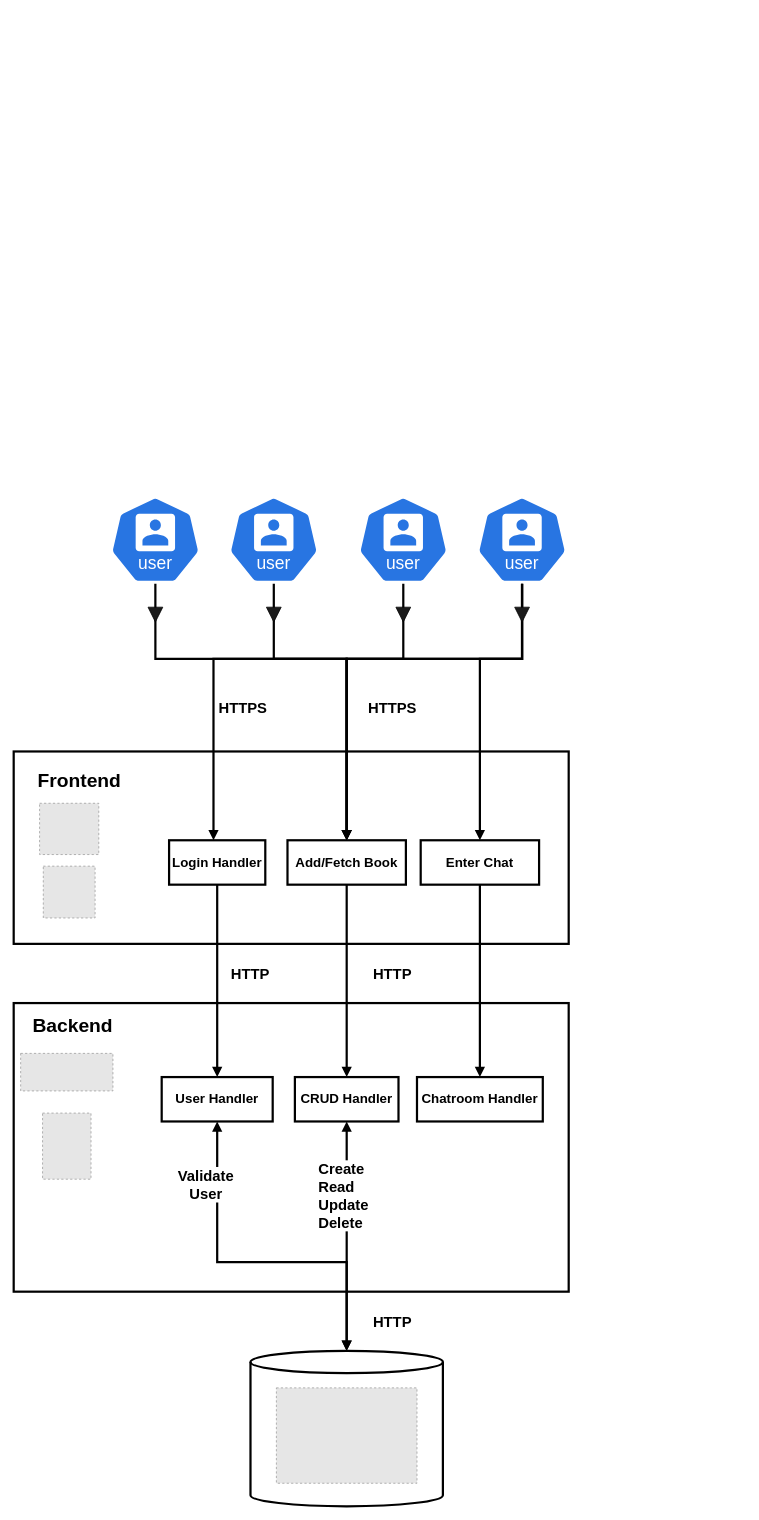
Carnoustie/theinfinitelibrary keeps this draw.io diagram as docs/HighLevel_Architecture.drawio. Above is the earlier version. Source tidied: cells renumbered, new cells numbered last; positions are measured from the earlier drawing's top-left corner, leaving out a move shared by most shapes. Both pictures are drawn from the tidied source at 74%, with x=0, y=0 at pixel (13, 496). Pictures stored in the file or linked from it are replaced by grey dashed boxes.
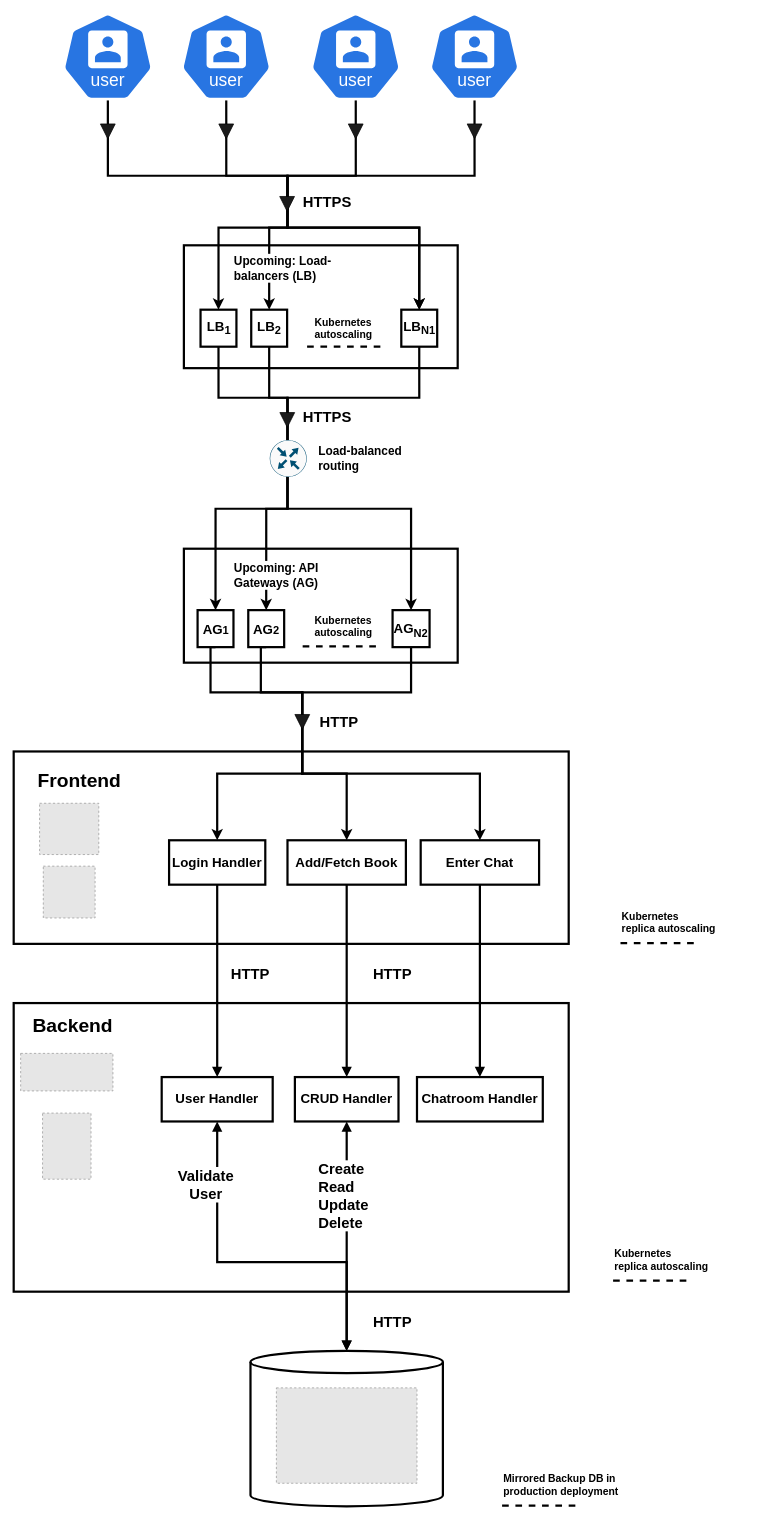
The same diagram, later.

Commit message (it also covers changes not shown here):
load balancer addition in architecture diagram

The change refers to these unchanged cells:
```xml
<mxCell id="31" value="Login Handler" style="rounded=0;whiteSpace=wrap;html=1;strokeWidth=3;fontStyle=1;fontSize=18;" parent="1" vertex="1">
  <mxGeometry x="210" y="465" width="130" height="60" as="geometry" />
</mxCell>
<mxCell id="33" value="Add/Fetch Book" style="rounded=0;whiteSpace=wrap;html=1;strokeWidth=3;fontStyle=1;fontSize=18;" parent="1" vertex="1">
  <mxGeometry x="370" y="465" width="160" height="60" as="geometry" />
</mxCell>
<mxCell id="35" value="Enter Chat" style="rounded=0;whiteSpace=wrap;html=1;strokeWidth=3;fontStyle=1;fontSize=18;" parent="1" vertex="1">
  <mxGeometry x="550" y="465" width="160" height="60" as="geometry" />
</mxCell>
```

The edit, as a diff of the source:
```diff
@@
+    <mxCell id="44" style="rounded=0;whiteSpace=wrap;html=1;strokeWidth=3;" parent="1" vertex="1">
+      <mxGeometry x="230" y="-339" width="370" height="166" as="geometry" />
+    </mxCell>
@@
-    <mxCell id="11" style="edgeStyle=orthogonalEdgeStyle;shape=connector;rounded=0;jettySize=auto;html=1;entryX=0.5;entryY=0;entryDx=0;entryDy=0;strokeColor=default;strokeWidth=3;align=center;verticalAlign=middle;fontFamily=Helvetica;fontSize=11;fontColor=default;labelBackgroundColor=default;endArrow=block;endFill=1;exitX=0.5;exitY=1;exitDx=0;exitDy=0;exitPerimeter=0;" parent="1" edge="1" source="12" target="33">
-      <mxGeometry relative="1" as="geometry">
-        <Array as="points">
-          <mxPoint x="192" y="220" />
-          <mxPoint x="450" y="220" />
-        </Array>
-      </mxGeometry>
-    </mxCell>
+    <mxCell id="45" style="edgeStyle=orthogonalEdgeStyle;rounded=0;jettySize=auto;html=1;entryX=0.5;entryY=0;entryDx=0;entryDy=0;exitX=0.5;exitY=1;exitDx=0;exitDy=0;exitPerimeter=0;strokeWidth=3;" parent="1" edge="1" source="12" target="52">
+      <mxGeometry relative="1" as="geometry">
+        <Array as="points">
+          <mxPoint x="127" y="-433" />
+          <mxPoint x="370" y="-433" />
+          <mxPoint x="370" y="-363" />
+          <mxPoint x="548" y="-363" />
+        </Array>
+      </mxGeometry>
+    </mxCell>
     <mxCell id="12" style="sketch=0;html=1;dashed=0;whitespace=wrap;verticalLabelPosition=bottom;verticalAlign=top;fillColor=#2875E2;strokeColor=#ffffff;points=[[0.005,0.63,0],[0.1,0.2,0],[0.9,0.2,0],[0.5,0,0],[0.995,0.63,0],[0.72,0.99,0],[0.5,1,0],[0.28,0.99,0]];shape=mxgraph.kubernetes.icon2;kubernetesLabel=1;prIcon=user;" parent="1" vertex="1">
-      <mxGeometry x="130" width="122.9" height="118" as="geometry" />
+      <mxGeometry x="65.8" y="-653" width="122.9" height="118" as="geometry" />
     </mxCell>
-    <mxCell id="13" style="edgeStyle=orthogonalEdgeStyle;shape=connector;rounded=0;jettySize=auto;html=1;strokeColor=default;strokeWidth=3;align=center;verticalAlign=middle;fontFamily=Helvetica;fontSize=11;fontColor=default;labelBackgroundColor=default;endArrow=block;endFill=1;" parent="1" edge="1" source="14" target="33">
-      <mxGeometry relative="1" as="geometry">
-        <Array as="points">
-          <mxPoint x="352" y="220" />
-          <mxPoint x="450" y="220" />
-        </Array>
-      </mxGeometry>
-    </mxCell>
+    <mxCell id="46" style="edgeStyle=orthogonalEdgeStyle;rounded=0;jettySize=auto;html=1;entryX=0.5;entryY=0;entryDx=0;entryDy=0;exitX=0.5;exitY=1;exitDx=0;exitDy=0;exitPerimeter=0;strokeWidth=3;" parent="1" edge="1" source="14" target="52">
+      <mxGeometry relative="1" as="geometry">
+        <Array as="points">
+          <mxPoint x="287" y="-433" />
+          <mxPoint x="370" y="-433" />
+          <mxPoint x="370" y="-363" />
+          <mxPoint x="548" y="-363" />
+        </Array>
+      </mxGeometry>
+    </mxCell>
     <mxCell id="14" style="sketch=0;html=1;dashed=0;whitespace=wrap;verticalLabelPosition=bottom;verticalAlign=top;fillColor=#2875E2;strokeColor=#ffffff;points=[[0.005,0.63,0],[0.1,0.2,0],[0.9,0.2,0],[0.5,0,0],[0.995,0.63,0],[0.72,0.99,0],[0.5,1,0],[0.28,0.99,0]];shape=mxgraph.kubernetes.icon2;kubernetesLabel=1;prIcon=user;" parent="1" vertex="1">
-      <mxGeometry x="290" width="122.9" height="118" as="geometry" />
+      <mxGeometry x="225.8" y="-653" width="122.9" height="118" as="geometry" />
     </mxCell>
-    <mxCell id="15" style="edgeStyle=orthogonalEdgeStyle;shape=connector;rounded=0;jettySize=auto;html=1;entryX=0.5;entryY=0;entryDx=0;entryDy=0;strokeColor=default;strokeWidth=3;align=center;verticalAlign=middle;fontFamily=Helvetica;fontSize=11;fontColor=default;labelBackgroundColor=default;endArrow=block;endFill=1;" parent="1" edge="1" source="16" target="33">
-      <mxGeometry relative="1" as="geometry">
-        <Array as="points">
-          <mxPoint x="527" y="220" />
-          <mxPoint x="450" y="220" />
-        </Array>
-      </mxGeometry>
-    </mxCell>
+    <mxCell id="47" style="edgeStyle=orthogonalEdgeStyle;rounded=0;jettySize=auto;html=1;entryX=0.5;entryY=0;entryDx=0;entryDy=0;exitX=0.5;exitY=1;exitDx=0;exitDy=0;exitPerimeter=0;strokeWidth=3;" parent="1" edge="1" source="16" target="49">
+      <mxGeometry relative="1" as="geometry">
+        <Array as="points">
+          <mxPoint x="462" y="-433" />
+          <mxPoint x="370" y="-433" />
+          <mxPoint x="370" y="-363" />
+          <mxPoint x="277" y="-363" />
+        </Array>
+      </mxGeometry>
+    </mxCell>
     <mxCell id="16" style="sketch=0;html=1;dashed=0;whitespace=wrap;verticalLabelPosition=bottom;verticalAlign=top;fillColor=#2875E2;strokeColor=#ffffff;points=[[0.005,0.63,0],[0.1,0.2,0],[0.9,0.2,0],[0.5,0,0],[0.995,0.63,0],[0.72,0.99,0],[0.5,1,0],[0.28,0.99,0]];shape=mxgraph.kubernetes.icon2;kubernetesLabel=1;prIcon=user;" parent="1" vertex="1">
-      <mxGeometry x="465" width="122.9" height="118" as="geometry" />
+      <mxGeometry x="400.8" y="-653" width="122.9" height="118" as="geometry" />
     </mxCell>
-    <mxCell id="17" style="edgeStyle=orthogonalEdgeStyle;shape=connector;rounded=0;jettySize=auto;html=1;strokeColor=default;strokeWidth=3;align=center;verticalAlign=middle;fontFamily=Helvetica;fontSize=11;fontColor=default;labelBackgroundColor=default;endArrow=block;endFill=1;miterlimit=5;" parent="1" edge="1" source="20" target="31">
-      <mxGeometry relative="1" as="geometry">
-        <Array as="points">
-          <mxPoint x="687" y="220" />
-          <mxPoint x="270" y="220" />
-        </Array>
-      </mxGeometry>
-    </mxCell>
-    <mxCell id="18" style="edgeStyle=orthogonalEdgeStyle;shape=connector;rounded=0;jettySize=auto;html=1;entryX=0.5;entryY=0;entryDx=0;entryDy=0;strokeColor=default;strokeWidth=3;align=center;verticalAlign=middle;fontFamily=Helvetica;fontSize=11;fontColor=default;labelBackgroundColor=default;endArrow=block;endFill=1;exitX=0.5;exitY=1;exitDx=0;exitDy=0;exitPerimeter=0;" parent="1" edge="1" source="20" target="33">
-      <mxGeometry relative="1" as="geometry">
-        <Array as="points">
-          <mxPoint x="687" y="220" />
-          <mxPoint x="450" y="220" />
-        </Array>
-      </mxGeometry>
-    </mxCell>
-    <mxCell id="19" style="edgeStyle=orthogonalEdgeStyle;shape=connector;rounded=0;jettySize=auto;html=1;entryX=0.5;entryY=0;entryDx=0;entryDy=0;strokeColor=default;strokeWidth=3;align=center;verticalAlign=middle;fontFamily=Helvetica;fontSize=11;fontColor=default;labelBackgroundColor=default;endArrow=block;endFill=1;" parent="1" edge="1" source="20" target="35">
-      <mxGeometry relative="1" as="geometry">
-        <Array as="points">
-          <mxPoint x="687" y="220" />
-          <mxPoint x="630" y="220" />
-        </Array>
-      </mxGeometry>
-    </mxCell>
+    <mxCell id="48" style="edgeStyle=orthogonalEdgeStyle;rounded=0;jettySize=auto;html=1;entryX=0.5;entryY=0;entryDx=0;entryDy=0;exitX=0.5;exitY=1;exitDx=0;exitDy=0;exitPerimeter=0;strokeWidth=3;" parent="1" edge="1" source="20" target="50">
+      <mxGeometry relative="1" as="geometry">
+        <Array as="points">
+          <mxPoint x="623" y="-433" />
+          <mxPoint x="370" y="-433" />
+          <mxPoint x="370" y="-363" />
+          <mxPoint x="345" y="-363" />
+        </Array>
+      </mxGeometry>
+    </mxCell>
     <mxCell id="20" style="sketch=0;html=1;dashed=0;whitespace=wrap;verticalLabelPosition=bottom;verticalAlign=top;fillColor=#2875E2;strokeColor=#ffffff;points=[[0.005,0.63,0],[0.1,0.2,0],[0.9,0.2,0],[0.5,0,0],[0.995,0.63,0],[0.72,0.99,0],[0.5,1,0],[0.28,0.99,0]];shape=mxgraph.kubernetes.icon2;kubernetesLabel=1;prIcon=user;" parent="1" vertex="1">
-      <mxGeometry x="625.5" width="122.9" height="118" as="geometry" />
+      <mxGeometry x="561.3" y="-653" width="122.9" height="118" as="geometry" />
     </mxCell>
     <mxCell id="21" style="triangle;whiteSpace=wrap;html=1;fontFamily=Helvetica;fontSize=11;fontColor=default;labelBackgroundColor=default;rotation=90;fillColor=#1B1B1B;" parent="1" vertex="1">
-      <mxGeometry x="181.5" y="150" width="20" height="20" as="geometry" />
+      <mxGeometry x="117.2" y="-503" width="20" height="20" as="geometry" />
     </mxCell>
     <mxCell id="22" style="triangle;whiteSpace=wrap;html=1;fontFamily=Helvetica;fontSize=11;fontColor=default;labelBackgroundColor=default;rotation=90;fillColor=#1B1B1B;" parent="1" vertex="1">
-      <mxGeometry x="341.5" y="150" width="20" height="20" as="geometry" />
+      <mxGeometry x="277.2" y="-503" width="20" height="20" as="geometry" />
     </mxCell>
     <mxCell id="23" style="triangle;whiteSpace=wrap;html=1;fontFamily=Helvetica;fontSize=11;fontColor=default;labelBackgroundColor=default;rotation=90;fillColor=#1B1B1B;" parent="1" vertex="1">
-      <mxGeometry x="516.5" y="150" width="20" height="20" as="geometry" />
+      <mxGeometry x="452.2" y="-503" width="20" height="20" as="geometry" />
     </mxCell>
     <mxCell id="24" style="triangle;whiteSpace=wrap;html=1;fontFamily=Helvetica;fontSize=11;fontColor=default;labelBackgroundColor=default;rotation=90;fillColor=#1B1B1B;" parent="1" vertex="1">
-      <mxGeometry x="677" y="150" width="20" height="20" as="geometry" />
+      <mxGeometry x="612.8" y="-503" width="20" height="20" as="geometry" />
     </mxCell>
@@
     <mxCell id="39" value="HTTPS" style="text;html=1;align=center;verticalAlign=middle;whiteSpace=wrap;rounded=0;fontFamily=Helvetica;fontSize=20;fontColor=default;labelBackgroundColor=default;fontStyle=1;" parent="1" vertex="1">
-      <mxGeometry x="280" y="270" width="60" height="30" as="geometry" />
+      <mxGeometry x="394" y="-123" width="60" height="30" as="geometry" />
     </mxCell>
     <mxCell id="40" value="HTTPS" style="text;html=1;align=center;verticalAlign=middle;whiteSpace=wrap;rounded=0;fontFamily=Helvetica;fontSize=20;fontColor=default;labelBackgroundColor=default;fontStyle=1;" parent="1" vertex="1">
-      <mxGeometry x="482" y="270" width="60" height="30" as="geometry" />
+      <mxGeometry x="394" y="-413" width="60" height="30" as="geometry" />
     </mxCell>
@@
+    <mxCell id="49" value="LB&lt;sub&gt;1&lt;/sub&gt;" style="rounded=0;whiteSpace=wrap;html=1;strokeWidth=3;fontStyle=1;fontSize=18;" parent="1" vertex="1">
+      <mxGeometry x="252.5" y="-252" width="48.5" height="50" as="geometry" />
+    </mxCell>
+    <mxCell id="50" value="LB&lt;sub&gt;2&lt;/sub&gt;" style="rounded=0;whiteSpace=wrap;html=1;strokeWidth=3;fontStyle=1;fontSize=18;" parent="1" vertex="1">
+      <mxGeometry x="321" y="-252" width="48.5" height="50" as="geometry" />
+    </mxCell>
+    <mxCell id="51" style="endArrow=none;dashed=1;html=1;rounded=0;strokeWidth=3;" parent="1" edge="1">
+      <mxGeometry relative="1" as="geometry">
+        <mxPoint x="396.5" y="-202" as="sourcePoint" />
+        <mxPoint x="495.5" y="-202" as="targetPoint" />
+      </mxGeometry>
+    </mxCell>
+    <mxCell id="52" value="LB&lt;sub&gt;N1&lt;/sub&gt;" style="rounded=0;whiteSpace=wrap;html=1;strokeWidth=3;fontStyle=1;fontSize=18;" parent="1" vertex="1">
+      <mxGeometry x="523.8" y="-252" width="48.5" height="50" as="geometry" />
+    </mxCell>
+    <mxCell id="53" value="Upcoming: Load-balancers (LB)" style="text;html=1;align=left;verticalAlign=middle;whiteSpace=wrap;rounded=0;fontFamily=Helvetica;fontSize=16;fontColor=default;labelBackgroundColor=default;fontStyle=1;" parent="1" vertex="1">
+      <mxGeometry x="295.5" y="-323" width="153.5" height="30" as="geometry" />
+    </mxCell>
+    <mxCell id="54" style="rounded=0;whiteSpace=wrap;html=1;strokeWidth=3;" parent="1" vertex="1">
+      <mxGeometry x="230" y="71" width="370" height="154" as="geometry" />
+    </mxCell>
+    <mxCell id="55" style="edgeStyle=orthogonalEdgeStyle;rounded=0;jettySize=auto;html=1;entryX=0.5;entryY=0;entryDx=0;entryDy=0;exitX=0.5;exitY=1;exitDx=0;exitDy=0;strokeWidth=3;" parent="1" edge="1" source="56" target="35">
+      <mxGeometry relative="1" as="geometry">
+        <Array as="points">
+          <mxPoint x="266" y="265" />
+          <mxPoint x="390" y="265" />
+          <mxPoint x="390" y="375" />
+          <mxPoint x="630" y="375" />
+        </Array>
+      </mxGeometry>
+    </mxCell>
+    <mxCell id="56" value="&lt;sub&gt;&lt;span style=&quot;font-size: 18px;&quot;&gt;AG&lt;/span&gt;1&lt;/sub&gt;" style="rounded=0;whiteSpace=wrap;html=1;strokeWidth=3;fontStyle=1;fontSize=18;" parent="1" vertex="1">
+      <mxGeometry x="248.5" y="154" width="48.5" height="50" as="geometry" />
+    </mxCell>
+    <mxCell id="57" style="edgeStyle=orthogonalEdgeStyle;rounded=0;jettySize=auto;html=1;exitX=0.5;exitY=1;exitDx=0;exitDy=0;strokeWidth=3;" parent="1" edge="1" source="58" target="33">
+      <mxGeometry relative="1" as="geometry">
+        <Array as="points">
+          <mxPoint x="334" y="265" />
+          <mxPoint x="390" y="265" />
+          <mxPoint x="390" y="375" />
+          <mxPoint x="450" y="375" />
+        </Array>
+      </mxGeometry>
+    </mxCell>
+    <mxCell id="58" value="&lt;sub&gt;&lt;span style=&quot;font-size: 18px;&quot;&gt;AG&lt;/span&gt;2&lt;/sub&gt;" style="rounded=0;whiteSpace=wrap;html=1;strokeWidth=3;fontStyle=1;fontSize=18;" parent="1" vertex="1">
+      <mxGeometry x="317" y="154" width="48.5" height="50" as="geometry" />
+    </mxCell>
+    <mxCell id="59" style="edgeStyle=orthogonalEdgeStyle;rounded=0;jettySize=auto;html=1;entryX=0.5;entryY=0;entryDx=0;entryDy=0;exitX=0.5;exitY=1;exitDx=0;exitDy=0;strokeWidth=3;" parent="1" edge="1" source="60" target="31">
+      <mxGeometry relative="1" as="geometry">
+        <Array as="points">
+          <mxPoint x="537" y="265" />
+          <mxPoint x="390" y="265" />
+          <mxPoint x="390" y="375" />
+          <mxPoint x="275" y="375" />
+        </Array>
+      </mxGeometry>
+    </mxCell>
+    <mxCell id="60" value="&lt;sub&gt;&lt;span style=&quot;font-size: 18px;&quot;&gt;AG&lt;sub&gt;N2&lt;/sub&gt;&lt;/span&gt;&lt;/sub&gt;" style="rounded=0;whiteSpace=wrap;html=1;strokeWidth=3;fontStyle=1;fontSize=18;" parent="1" vertex="1">
+      <mxGeometry x="512" y="154" width="50" height="50" as="geometry" />
+    </mxCell>
+    <mxCell id="61" style="edgeStyle=orthogonalEdgeStyle;rounded=0;jettySize=auto;html=1;exitX=0.5;exitY=1;exitDx=0;exitDy=0;strokeWidth=3;entryX=0.5;entryY=0;entryDx=0;entryDy=0;" parent="1" edge="1" source="50" target="58">
+      <mxGeometry relative="1" as="geometry">
+        <Array as="points">
+          <mxPoint x="345" y="-133" />
+          <mxPoint x="370" y="-133" />
+          <mxPoint x="370" y="17" />
+          <mxPoint x="341" y="17" />
+        </Array>
+      </mxGeometry>
+    </mxCell>
+    <mxCell id="62" value="Upcoming: API Gateways (AG)" style="text;html=1;align=left;verticalAlign=middle;whiteSpace=wrap;rounded=0;fontFamily=Helvetica;fontSize=16;fontColor=default;labelBackgroundColor=default;fontStyle=1;" parent="1" vertex="1">
+      <mxGeometry x="295.5" y="92" width="153.5" height="30" as="geometry" />
+    </mxCell>
+    <mxCell id="63" style="triangle;whiteSpace=wrap;html=1;fontFamily=Helvetica;fontSize=11;fontColor=default;labelBackgroundColor=default;rotation=90;fillColor=#1B1B1B;" parent="1" vertex="1">
+      <mxGeometry x="380" y="295" width="20" height="20" as="geometry" />
+    </mxCell>
+    <mxCell id="64" value="HTTP" style="text;html=1;align=center;verticalAlign=middle;whiteSpace=wrap;rounded=0;fontFamily=Helvetica;fontSize=20;fontColor=default;labelBackgroundColor=default;fontStyle=1;" parent="1" vertex="1">
+      <mxGeometry x="410" y="290" width="60" height="30" as="geometry" />
+    </mxCell>
+    <mxCell id="65" value="Load-balanced routing" style="text;html=1;align=left;verticalAlign=middle;whiteSpace=wrap;rounded=0;fontFamily=Helvetica;fontSize=16;fontColor=default;labelBackgroundColor=default;fontStyle=1;" parent="1" vertex="1">
+      <mxGeometry x="410" y="-66" width="158" height="30" as="geometry" />
+    </mxCell>
+    <mxCell id="66" value="Kubernetes&lt;div&gt;autoscaling&lt;/div&gt;" style="text;html=1;align=left;verticalAlign=middle;whiteSpace=wrap;rounded=0;fontFamily=Helvetica;fontSize=14;fontColor=default;labelBackgroundColor=default;fontStyle=1;" parent="1" vertex="1">
+      <mxGeometry x="405" y="-242" width="158" height="30" as="geometry" />
+    </mxCell>
+    <mxCell id="67" value="Kubernetes&lt;div&gt;autoscaling&lt;/div&gt;" style="text;html=1;align=left;verticalAlign=middle;whiteSpace=wrap;rounded=0;fontFamily=Helvetica;fontSize=14;fontColor=default;labelBackgroundColor=default;fontStyle=1;" parent="1" vertex="1">
+      <mxGeometry x="405" y="161" width="158" height="30" as="geometry" />
+    </mxCell>
+    <mxCell id="68" style="endArrow=none;dashed=1;html=1;rounded=0;strokeWidth=3;" parent="1" edge="1">
+      <mxGeometry relative="1" as="geometry">
+        <mxPoint x="390.5" y="203" as="sourcePoint" />
+        <mxPoint x="489.5" y="203" as="targetPoint" />
+      </mxGeometry>
+    </mxCell>
+    <mxCell id="69" style="edgeStyle=orthogonalEdgeStyle;rounded=0;jettySize=auto;html=1;entryX=0.5;entryY=0;entryDx=0;entryDy=0;exitX=0.5;exitY=1;exitDx=0;exitDy=0;strokeWidth=3;" parent="1" edge="1" source="49" target="60">
+      <mxGeometry relative="1" as="geometry">
+        <Array as="points">
+          <mxPoint x="277" y="-133" />
+          <mxPoint x="370" y="-133" />
+          <mxPoint x="370" y="17" />
+          <mxPoint x="537" y="17" />
+        </Array>
+      </mxGeometry>
+    </mxCell>
+    <mxCell id="70" style="edgeStyle=orthogonalEdgeStyle;rounded=0;jettySize=auto;html=1;entryX=0.5;entryY=0;entryDx=0;entryDy=0;exitX=0.5;exitY=1;exitDx=0;exitDy=0;strokeWidth=3;" parent="1" edge="1" source="52" target="56">
+      <mxGeometry relative="1" as="geometry">
+        <Array as="points">
+          <mxPoint x="548" y="-133" />
+          <mxPoint x="370" y="-133" />
+          <mxPoint x="370" y="17" />
+          <mxPoint x="273" y="17" />
+        </Array>
+      </mxGeometry>
+    </mxCell>
+    <mxCell id="71" style="sketch=0;verticalLabelPosition=bottom;html=1;verticalAlign=top;align=center;shape=mxgraph.cisco19.rect;prIcon=router;fillColor=#FAFAFA;strokeColor=#005073;" parent="1" vertex="1">
+      <mxGeometry x="346" y="-76" width="50" height="50" as="geometry" />
+    </mxCell>
+    <mxCell id="72" style="endArrow=none;dashed=1;html=1;rounded=0;strokeWidth=3;" parent="1" edge="1">
+      <mxGeometry relative="1" as="geometry">
+        <mxPoint x="820" y="604" as="sourcePoint" />
+        <mxPoint x="919" y="604" as="targetPoint" />
+      </mxGeometry>
+    </mxCell>
+    <mxCell id="73" value="Kubernetes&lt;div&gt;replica autoscaling&lt;/div&gt;" style="text;html=1;align=left;verticalAlign=middle;whiteSpace=wrap;rounded=0;fontFamily=Helvetica;fontSize=14;fontColor=default;labelBackgroundColor=default;fontStyle=1;" parent="1" vertex="1">
+      <mxGeometry x="820" y="561" width="170" height="30" as="geometry" />
+    </mxCell>
+    <mxCell id="74" style="endArrow=none;dashed=1;html=1;rounded=0;strokeWidth=3;" parent="1" edge="1">
+      <mxGeometry relative="1" as="geometry">
+        <mxPoint x="810" y="1060" as="sourcePoint" />
+        <mxPoint x="909" y="1060" as="targetPoint" />
+      </mxGeometry>
+    </mxCell>
+    <mxCell id="75" value="Kubernetes&lt;div&gt;replica autoscaling&lt;/div&gt;" style="text;html=1;align=left;verticalAlign=middle;whiteSpace=wrap;rounded=0;fontFamily=Helvetica;fontSize=14;fontColor=default;labelBackgroundColor=default;fontStyle=1;" parent="1" vertex="1">
+      <mxGeometry x="810" y="1017" width="170" height="30" as="geometry" />
+    </mxCell>
+    <mxCell id="76" style="endArrow=none;dashed=1;html=1;rounded=0;strokeWidth=3;" parent="1" edge="1">
+      <mxGeometry relative="1" as="geometry">
+        <mxPoint x="660" y="1364" as="sourcePoint" />
+        <mxPoint x="759" y="1364" as="targetPoint" />
+      </mxGeometry>
+    </mxCell>
+    <mxCell id="77" value="Mirrored Backup DB in production deployment" style="text;html=1;align=left;verticalAlign=middle;whiteSpace=wrap;rounded=0;fontFamily=Helvetica;fontSize=14;fontColor=default;labelBackgroundColor=default;fontStyle=1;" parent="1" vertex="1">
+      <mxGeometry x="660" y="1321" width="170" height="30" as="geometry" />
+    </mxCell>
+    <mxCell id="78" style="triangle;whiteSpace=wrap;html=1;fontFamily=Helvetica;fontSize=11;fontColor=default;labelBackgroundColor=default;rotation=90;fillColor=#1B1B1B;" parent="1" vertex="1">
+      <mxGeometry x="359.5" y="-405" width="20" height="20" as="geometry" />
+    </mxCell>
+    <mxCell id="79" style="triangle;whiteSpace=wrap;html=1;fontFamily=Helvetica;fontSize=11;fontColor=default;labelBackgroundColor=default;rotation=90;fillColor=#1B1B1B;" parent="1" vertex="1">
+      <mxGeometry x="359.7" y="-113" width="20" height="20" as="geometry" />
+    </mxCell>
```
